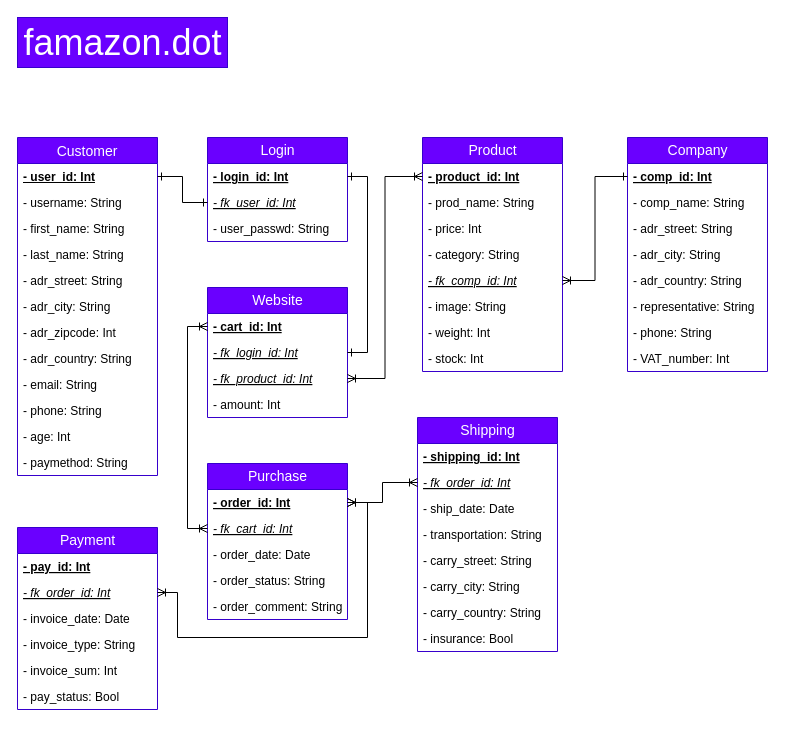
Before: famazon_db_diagrams/step3_db_UML-diagram.drawio in Senimtra/CF-CodeReview-09, a draw.io diagram. Source tidied: cells renumbered, new cells numbered last; positions are measured from the earlier drawing's top-left corner, leaving out a move shared by most shapes. Both pictures are drawn from the tidied source at 100%, with x=0, y=0 at pixel (17, 17).
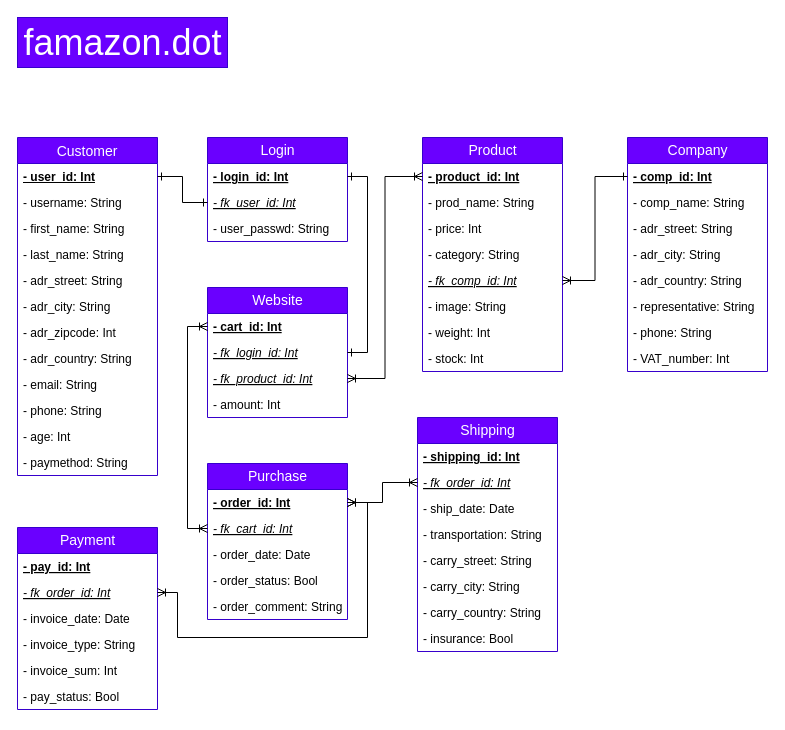
Above is the later version.

Unchanged cells that the change refers to:
```xml
<mxCell id="47" value="Purchase" style="swimlane;fontStyle=0;horizontal=1;startSize=26;fillColor=#6a00ff;strokeColor=#3700CC;fontSize=14;html=1;fontColor=#ffffff;" parent="1" vertex="1">
  <mxGeometry x="190" y="446" width="140" height="156" as="geometry" />
</mxCell>
```

Diff of the diagram source:
```diff
@@
-    <mxCell id="51" value="- order_status: String" style="text;strokeColor=none;fillColor=none;align=left;verticalAlign=top;spacingLeft=4;spacingRight=4;overflow=hidden;" parent="47" vertex="1">
+    <mxCell id="51" value="- order_status: Bool" style="text;strokeColor=none;fillColor=none;align=left;verticalAlign=top;spacingLeft=4;spacingRight=4;overflow=hidden;" parent="47" vertex="1">
       <mxGeometry y="104" width="140" height="26" as="geometry" />
     </mxCell>
```
